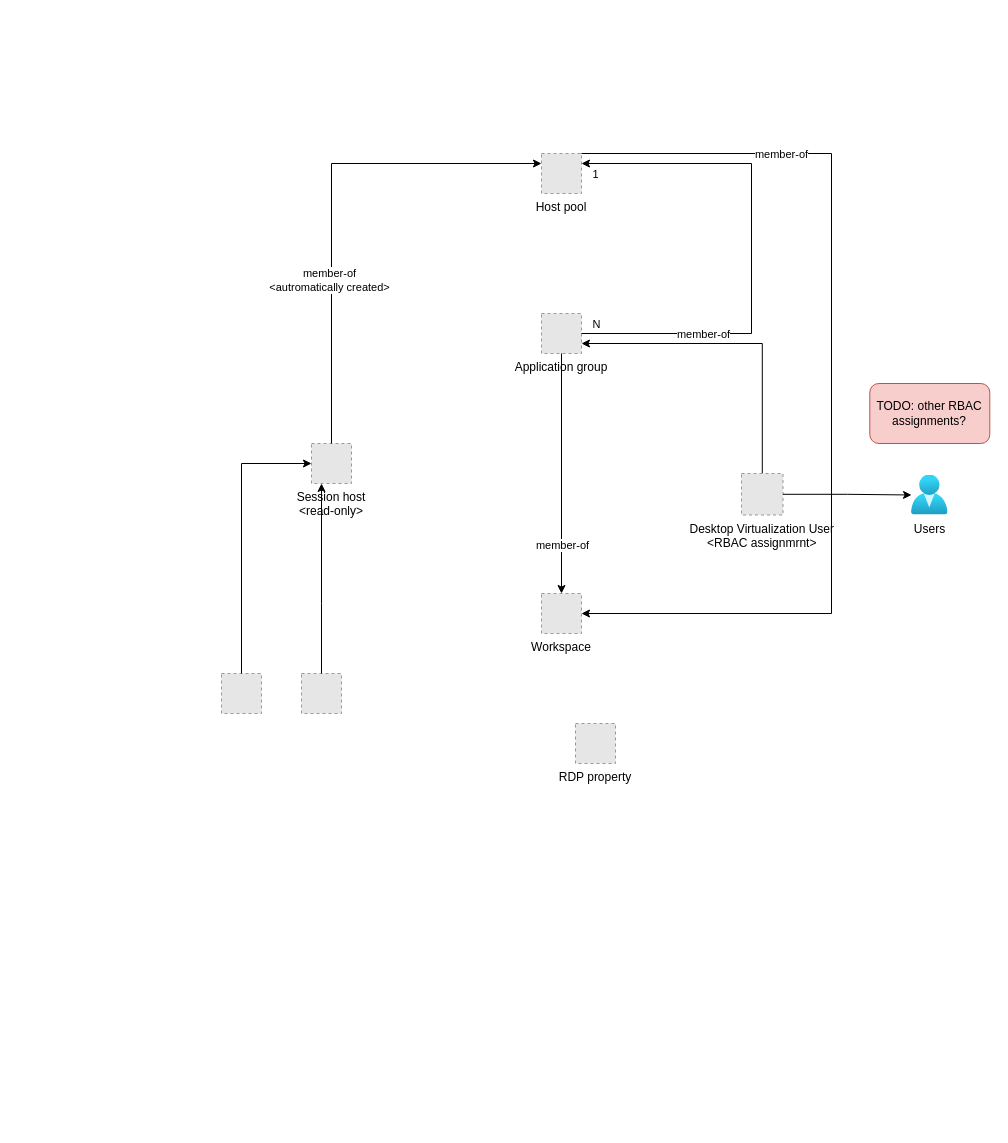
jikuja/diagrams.net keeps this draw.io diagram as page "ARM" (1 of 3) of Azure/Azure Virtual Desktop.drawio. Above is the earlier version. Source tidied: cells renumbered, new cells numbered last; positions are measured from the earlier drawing's top-left corner, leaving out a move shared by most shapes. Both pictures are drawn from the tidied source at 100%, with x=0, y=0 at pixel (221, 153). Pictures stored in the file or linked from it are replaced by grey dashed boxes.
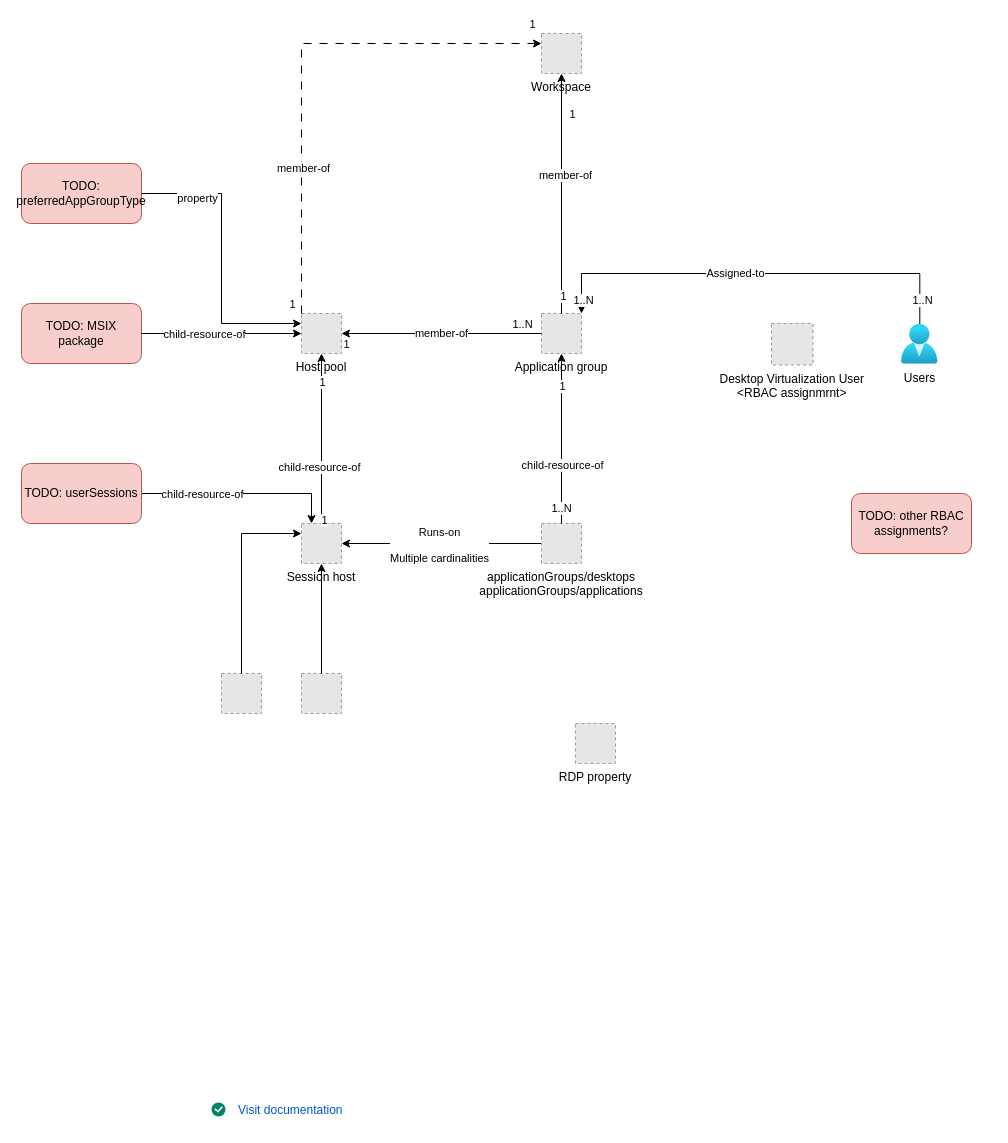
The same page after the edit.

Unchanged cells that the change refers to:
```xml
<mxCell id="4" value="Application group" style="fillColor=#E6E6E6;strokeColor=#999999;dashed=1;verticalLabelPosition=bottom;align=center;verticalAlign=top;" parent="1" vertex="1">
  <mxGeometry x="320" y="160" width="40" height="40" as="geometry" />
</mxCell>
<mxCell id="7" style="fillColor=#E6E6E6;strokeColor=#999999;dashed=1;verticalLabelPosition=bottom;align=center;verticalAlign=top;" parent="1" vertex="1">
  <mxGeometry y="520" width="40" height="40" as="geometry" />
</mxCell>
<mxCell id="8" style="fillColor=#E6E6E6;strokeColor=#999999;dashed=1;verticalLabelPosition=bottom;align=center;verticalAlign=top;" parent="1" vertex="1">
  <mxGeometry x="80" y="520" width="40" height="40" as="geometry" />
</mxCell>
<mxCell id="21" style="edgeStyle=orthogonalEdgeStyle;rounded=0;jettySize=auto;html=1;" parent="14" edge="1" source="4" target="3">
  <mxGeometry relative="1" as="geometry" />
</mxCell>
```

The edit, as a diff of the source:
```diff
@@
     <mxCell id="2" value="Host pool" style="fillColor=#E6E6E6;strokeColor=#999999;dashed=1;verticalLabelPosition=bottom;align=center;verticalAlign=top;" parent="1" vertex="1">
-      <mxGeometry x="320" width="40" height="40" as="geometry" />
+      <mxGeometry x="80" y="160" width="40" height="40" as="geometry" />
     </mxCell>
     <mxCell id="3" value="Workspace" style="fillColor=#E6E6E6;strokeColor=#999999;dashed=1;verticalLabelPosition=bottom;align=center;verticalAlign=top;" parent="1" vertex="1">
-      <mxGeometry x="320" y="440" width="40" height="40" as="geometry" />
+      <mxGeometry x="320" y="-120" width="40" height="40" as="geometry" />
     </mxCell>
@@
-    <mxCell id="6" value="Session host&#10;&lt;read-only&gt;" style="fillColor=#E6E6E6;strokeColor=#999999;dashed=1;verticalLabelPosition=bottom;align=center;verticalAlign=top;" parent="1" vertex="1">
-      <mxGeometry x="90" y="290" width="40" height="40" as="geometry" />
+    <mxCell id="6" value="Session host" style="fillColor=#E6E6E6;strokeColor=#999999;dashed=1;verticalLabelPosition=bottom;align=center;verticalAlign=top;" parent="1" vertex="1">
+      <mxGeometry x="80" y="370" width="40" height="40" as="geometry" />
     </mxCell>
@@
+    <mxCell id="27" style="edgeStyle=orthogonalEdgeStyle;rounded=0;jettySize=auto;html=1;entryX=1;entryY=0;entryDx=0;entryDy=0;" parent="1" edge="1" source="9" target="4">
+      <mxGeometry relative="1" as="geometry">
+        <Array as="points">
+          <mxPoint x="698" y="120" />
+          <mxPoint x="360" y="120" />
+        </Array>
+      </mxGeometry>
+    </mxCell>
+    <mxCell id="28" value="1..N" style="edgeLabel;html=1;align=center;verticalAlign=middle;" parent="27" vertex="1">
+      <mxGeometry x="0.94" y="1" relative="1" as="geometry" />
+    </mxCell>
+    <mxCell id="29" value="1..N" style="edgeLabel;html=1;align=center;verticalAlign=middle;" parent="27" vertex="1">
+      <mxGeometry x="-0.89" y="-2" relative="1" as="geometry" />
+    </mxCell>
+    <mxCell id="30" value="Assigned-to" style="edgeLabel;html=1;align=center;verticalAlign=middle;" parent="27" vertex="1">
+      <mxGeometry x="0.1" y="-1" relative="1" as="geometry" />
+    </mxCell>
     <mxCell id="9" value="Users" style="image;html=1;points=[];align=center;fontSize=12;image=img/lib/azure2/identity/Users.svg;" parent="1" vertex="1">
-      <mxGeometry x="690" y="321.5" width="36.6" height="40" as="geometry" />
+      <mxGeometry x="680" y="170.8" width="36.6" height="40" as="geometry" />
     </mxCell>
-    <mxCell id="10" style="edgeStyle=orthogonalEdgeStyle;rounded=0;jettySize=auto;html=1;entryX=1;entryY=0.75;entryDx=0;entryDy=0;" parent="1" edge="1" source="11" target="4">
-      <mxGeometry relative="1" as="geometry">
-        <Array as="points">
-          <mxPoint x="541" y="190" />
-        </Array>
-      </mxGeometry>
-    </mxCell>
     <mxCell id="11" value="Desktop Virtualization User&#10;&lt;RBAC assignmrnt&gt;" style="fillColor=#E6E6E6;strokeColor=#999999;dashed=1;verticalLabelPosition=bottom;labelBackgroundColor=default;verticalAlign=top;" parent="1" vertex="1">
-      <mxGeometry x="520" y="320" width="41.5" height="41.5" as="geometry" />
+      <mxGeometry x="550" y="170" width="41.5" height="41.5" as="geometry" />
     </mxCell>
-    <mxCell id="12" style="edgeStyle=orthogonalEdgeStyle;rounded=0;jettySize=auto;html=1;" parent="1" edge="1" source="11" target="9">
-      <mxGeometry relative="1" as="geometry" />
-    </mxCell>
     <mxCell id="13" value="TODO: other RBAC assignments?" style="rounded=1;whiteSpace=wrap;html=1;fillColor=#f8cecc;strokeColor=#b85450;" parent="1" vertex="1">
-      <mxGeometry x="648.3" y="230" width="120" height="60" as="geometry" />
+      <mxGeometry x="630" y="340" width="120" height="60" as="geometry" />
     </mxCell>
+    <mxCell id="31" value="Visit documentation" style="fillColor=none;strokeColor=none;html=1;fontColor=#0057D8;align=left;fontSize=12;sketch=0;" parent="1" vertex="1">
+      <mxGeometry x="15" y="940" width="125" height="33" as="geometry" />
+    </mxCell>
+    <mxCell id="32" style="html=1;shadow=0;dashed=0;shape=mxgraph.atlassian.checkbox;fillColor=#008465;strokeColor=none;html=1;sketch=0;" parent="1" vertex="1">
+      <mxGeometry x="-10" y="949" width="14" height="14" as="geometry" />
+    </mxCell>
+    <mxCell id="33" style="edgeStyle=orthogonalEdgeStyle;rounded=0;jettySize=auto;html=1;" parent="1" edge="1" source="35" target="6">
+      <mxGeometry relative="1" as="geometry" />
+    </mxCell>
+    <mxCell id="34" value="Runs-on&lt;br&gt;&lt;br&gt;Multiple cardinalities" style="edgeLabel;html=1;align=center;verticalAlign=middle;" parent="33" vertex="1">
+      <mxGeometry x="0.03" y="1" relative="1" as="geometry" />
+    </mxCell>
+    <mxCell id="35" value="applicationGroups/desktops&#10;applicationGroups/applications&#10;" style="fillColor=#E6E6E6;strokeColor=#999999;dashed=1;verticalLabelPosition=bottom;align=center;verticalAlign=top;" parent="1" vertex="1">
+      <mxGeometry x="320" y="370" width="40" height="40" as="geometry" />
+    </mxCell>
+    <mxCell id="36" value="TODO: MSIX package" style="rounded=1;whiteSpace=wrap;html=1;fillColor=#f8cecc;strokeColor=#b85450;" parent="1" vertex="1">
+      <mxGeometry x="-200" y="150" width="120" height="60" as="geometry" />
+    </mxCell>
@@
-    <mxCell id="15" style="edgeStyle=orthogonalEdgeStyle;rounded=0;jettySize=auto;html=1;exitX=1;exitY=0;exitDx=0;exitDy=0;" parent="14" edge="1" source="2" target="3">
+    <mxCell id="15" style="edgeStyle=orthogonalEdgeStyle;rounded=0;jettySize=auto;html=1;entryX=0;entryY=0.25;entryDx=0;entryDy=0;exitX=0;exitY=0;exitDx=0;exitDy=0;dashed=1;dashPattern=8 8;" parent="14" edge="1" source="2" target="3">
       <mxGeometry relative="1" as="geometry">
         <Array as="points">
-          <mxPoint x="610" />
-          <mxPoint x="610" y="460" />
+          <mxPoint x="80" y="-110" />
         </Array>
       </mxGeometry>
     </mxCell>
-    <mxCell id="16" value="member-of" style="edgeLabel;html=1;align=center;verticalAlign=middle;" parent="15" vertex="1">
-      <mxGeometry x="-0.94" relative="1" as="geometry">
-        <mxPoint x="170" as="offset" />
-      </mxGeometry>
-    </mxCell>
+    <mxCell id="37" value="1" style="edgeLabel;html=1;align=center;verticalAlign=middle;" parent="15" vertex="1">
+      <mxGeometry x="0.96" y="2" relative="1" as="geometry">
+        <mxPoint y="-18" as="offset" />
+      </mxGeometry>
+    </mxCell>
+    <mxCell id="38" value="1" style="edgeLabel;html=1;align=center;verticalAlign=middle;" parent="15" vertex="1">
+      <mxGeometry x="-0.96" y="1" relative="1" as="geometry">
+        <mxPoint x="-9" as="offset" />
+      </mxGeometry>
+    </mxCell>
+    <mxCell id="39" value="member-of" style="edgeLabel;html=1;align=center;verticalAlign=middle;" parent="15" vertex="1">
+      <mxGeometry x="-0.43" y="-1" relative="1" as="geometry" />
+    </mxCell>
-    <mxCell id="17" style="rounded=0;jettySize=auto;html=1;entryX=1;entryY=0.25;entryDx=0;entryDy=0;edgeStyle=orthogonalEdgeStyle;" parent="14" edge="1" source="4" target="2">
-      <mxGeometry relative="1" as="geometry">
-        <Array as="points">
-          <mxPoint x="530" y="180" />
-          <mxPoint x="530" y="10" />
-        </Array>
-      </mxGeometry>
+    <mxCell id="17" value="member-of" style="rounded=0;jettySize=auto;html=1;edgeStyle=orthogonalEdgeStyle;" parent="14" edge="1" source="4" target="2">
+      <mxGeometry relative="1" as="geometry" />
     </mxCell>
-    <mxCell id="18" value="member-of" style="edgeLabel;html=1;align=center;verticalAlign=middle;" parent="17" vertex="1">
-      <mxGeometry x="-0.87" y="-1" relative="1" as="geometry">
-        <mxPoint x="88" y="-1" as="offset" />
-      </mxGeometry>
-    </mxCell>
-    <mxCell id="19" value="N" style="edgeLabel;html=1;align=center;verticalAlign=middle;" parent="17" vertex="1">
+    <mxCell id="19" value="1..N" style="edgeLabel;html=1;align=center;verticalAlign=middle;" parent="17" vertex="1">
       <mxGeometry x="-0.95" y="2" relative="1" as="geometry">
-        <mxPoint x="1" y="-8" as="offset" />
+        <mxPoint x="-15" y="-12" as="offset" />
       </mxGeometry>
     </mxCell>
@@
-    <mxCell id="22" value="member-of" style="edgeLabel;html=1;align=center;verticalAlign=middle;" parent="21" vertex="1">
-      <mxGeometry x="0.59" relative="1" as="geometry" />
-    </mxCell>
+    <mxCell id="40" value="member-of" style="edgeLabel;html=1;align=center;verticalAlign=middle;" parent="21" vertex="1">
+      <mxGeometry x="0.16" y="-3" relative="1" as="geometry" />
+    </mxCell>
+    <mxCell id="41" value="1" style="edgeLabel;html=1;align=center;verticalAlign=middle;" parent="21" vertex="1">
+      <mxGeometry x="0.73" relative="1" as="geometry">
+        <mxPoint x="10" y="8" as="offset" />
+      </mxGeometry>
+    </mxCell>
+    <mxCell id="42" value="1" style="edgeLabel;html=1;align=center;verticalAlign=middle;" parent="21" vertex="1">
+      <mxGeometry x="-0.85" y="-1" relative="1" as="geometry" />
+    </mxCell>
-    <mxCell id="23" style="edgeStyle=orthogonalEdgeStyle;rounded=0;jettySize=auto;html=1;entryX=0.25;entryY=1;entryDx=0;entryDy=0;" parent="14" edge="1" source="8" target="6">
-      <mxGeometry relative="1" as="geometry">
-        <Array as="points">
-          <mxPoint x="100" y="450" />
-          <mxPoint x="100" y="450" />
-        </Array>
-      </mxGeometry>
+    <mxCell id="23" style="edgeStyle=orthogonalEdgeStyle;rounded=0;jettySize=auto;html=1;" parent="14" edge="1" source="8" target="6">
+      <mxGeometry relative="1" as="geometry" />
     </mxCell>
-    <mxCell id="24" style="edgeStyle=orthogonalEdgeStyle;rounded=0;jettySize=auto;html=1;entryX=0;entryY=0.5;entryDx=0;entryDy=0;" parent="14" edge="1" source="7" target="6">
+    <mxCell id="24" style="edgeStyle=orthogonalEdgeStyle;rounded=0;jettySize=auto;html=1;" parent="14" edge="1" source="7" target="6">
       <mxGeometry relative="1" as="geometry">
         <Array as="points">
-          <mxPoint x="20" y="310" />
+          <mxPoint x="20" y="380" />
         </Array>
       </mxGeometry>
     </mxCell>
-    <mxCell id="25" style="edgeStyle=orthogonalEdgeStyle;rounded=0;jettySize=auto;html=1;entryX=0;entryY=0.25;entryDx=0;entryDy=0;exitX=0.5;exitY=0;exitDx=0;exitDy=0;" parent="14" edge="1" source="6" target="2">
-      <mxGeometry relative="1" as="geometry">
-        <Array as="points">
-          <mxPoint x="110" y="10" />
-        </Array>
-      </mxGeometry>
+    <mxCell id="25" style="edgeStyle=orthogonalEdgeStyle;rounded=0;jettySize=auto;html=1;entryX=0.5;entryY=1;entryDx=0;entryDy=0;exitX=0.5;exitY=0;exitDx=0;exitDy=0;" parent="14" edge="1" source="6" target="2">
+      <mxGeometry relative="1" as="geometry" />
     </mxCell>
-    <mxCell id="26" value="member-of&lt;div&gt;&amp;lt;autromatically created&amp;gt;&lt;/div&gt;" style="edgeLabel;html=1;align=center;verticalAlign=middle;" parent="25" vertex="1">
+    <mxCell id="26" value="child-resource-of" style="edgeLabel;html=1;align=center;verticalAlign=middle;" parent="25" vertex="1">
       <mxGeometry x="-0.33" y="3" relative="1" as="geometry" />
     </mxCell>
+    <mxCell id="43" value="1" style="edgeLabel;html=1;align=center;verticalAlign=middle;" parent="25" vertex="1">
+      <mxGeometry x="-0.95" y="-2" relative="1" as="geometry" />
+    </mxCell>
+    <mxCell id="44" value="1" style="edgeLabel;html=1;align=center;verticalAlign=middle;" parent="25" vertex="1">
+      <mxGeometry x="0.67" relative="1" as="geometry" />
+    </mxCell>
+    <mxCell id="45" style="edgeStyle=orthogonalEdgeStyle;rounded=0;jettySize=auto;html=1;" parent="14" edge="1" source="35" target="4">
+      <mxGeometry relative="1" as="geometry" />
+    </mxCell>
+    <mxCell id="46" value="child-resource-of" style="edgeLabel;html=1;align=center;verticalAlign=middle;" parent="45" vertex="1">
+      <mxGeometry x="-0.31" relative="1" as="geometry" />
+    </mxCell>
+    <mxCell id="47" value="1" style="edgeLabel;html=1;align=center;verticalAlign=middle;" parent="45" vertex="1">
+      <mxGeometry x="0.62" relative="1" as="geometry" />
+    </mxCell>
+    <mxCell id="48" value="1..N" style="edgeLabel;html=1;align=center;verticalAlign=middle;" parent="45" vertex="1">
+      <mxGeometry x="-0.81" y="1" relative="1" as="geometry" />
+    </mxCell>
+    <mxCell id="49" style="edgeStyle=orthogonalEdgeStyle;rounded=0;jettySize=auto;html=1;" parent="14" edge="1" source="36" target="2">
+      <mxGeometry relative="1" as="geometry" />
+    </mxCell>
+    <mxCell id="50" value="child-resource-of" style="edgeLabel;html=1;align=center;verticalAlign=middle;" parent="49" vertex="1">
+      <mxGeometry x="-0.23" relative="1" as="geometry" />
+    </mxCell>
+    <mxCell id="51" style="edgeStyle=orthogonalEdgeStyle;rounded=0;jettySize=auto;html=1;entryX=0;entryY=0.25;entryDx=0;entryDy=0;" parent="14" edge="1" source="53" target="2">
+      <mxGeometry relative="1" as="geometry" />
+    </mxCell>
+    <mxCell id="52" value="property" style="edgeLabel;html=1;align=center;verticalAlign=middle;" parent="51" vertex="1">
+      <mxGeometry x="-0.62" y="-4" relative="1" as="geometry" />
+    </mxCell>
+    <mxCell id="53" value="TODO: preferredAppGroupType" style="rounded=1;whiteSpace=wrap;html=1;fillColor=#f8cecc;strokeColor=#b85450;" parent="14" vertex="1">
+      <mxGeometry x="-200" y="10" width="120" height="60" as="geometry" />
+    </mxCell>
+    <mxCell id="54" style="edgeStyle=orthogonalEdgeStyle;rounded=0;jettySize=auto;html=1;entryX=0.25;entryY=0;entryDx=0;entryDy=0;" parent="14" edge="1" source="56" target="6">
+      <mxGeometry relative="1" as="geometry" />
+    </mxCell>
+    <mxCell id="55" value="child-resource-of" style="edgeLabel;html=1;align=center;verticalAlign=middle;" parent="54" vertex="1">
+      <mxGeometry x="-0.5" relative="1" as="geometry">
+        <mxPoint x="10" as="offset" />
+      </mxGeometry>
+    </mxCell>
+    <mxCell id="56" value="TODO: userSessions" style="rounded=1;whiteSpace=wrap;html=1;fillColor=#f8cecc;strokeColor=#b85450;" parent="14" vertex="1">
+      <mxGeometry x="-200" y="310" width="120" height="60" as="geometry" />
+    </mxCell>
```
